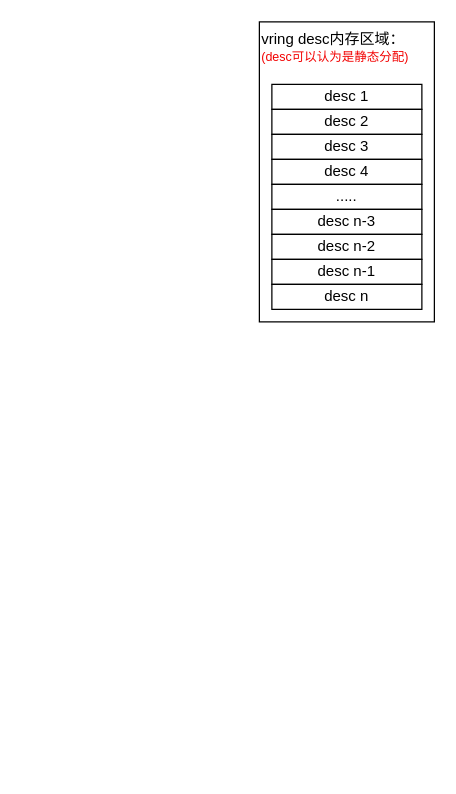
Earlier version of the draw.io diagram virtio_vring.drawio (denglin12315/drawio_repo). Source tidied: cells renumbered, new cells numbered last; positions are measured from the earlier drawing's top-left corner, leaving out a move shared by most shapes. Both pictures are drawn from the tidied source at 125%, with x=0, y=0 at pixel (259, 21). Pictures stored in the file or linked from it are replaced by grey dashed boxes.
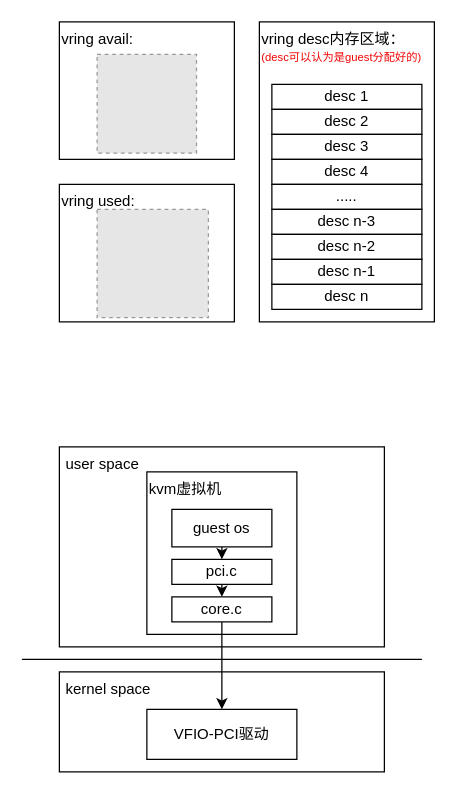
The same diagram, later.

Change to the diagram source:
```diff
@@
-    <mxCell id="2" value="vring desc内存区域：&lt;div&gt;&lt;font style=&quot;font-size: 10px; color: rgb(242, 2, 2);&quot;&gt;(desc可以认为是静态分配)&lt;/font&gt;&lt;/div&gt;" style="rounded=0;whiteSpace=wrap;html=1;align=left;verticalAlign=top;" parent="1" vertex="1">
+    <mxCell id="2" value="vring desc内存区域：&lt;div&gt;&lt;font style=&quot;color: rgb(242, 2, 2); font-size: 9px;&quot;&gt;(desc可以认为是guest分配好的)&lt;/font&gt;&lt;/div&gt;" style="rounded=0;whiteSpace=wrap;html=1;align=left;verticalAlign=top;" parent="1" vertex="1">
       <mxGeometry width="140" height="240" as="geometry" />
     </mxCell>
@@
+    <mxCell id="12" value="vring avail:" style="rounded=0;whiteSpace=wrap;html=1;align=left;verticalAlign=top;" parent="1" vertex="1">
+      <mxGeometry x="-160" width="140" height="110" as="geometry" />
+    </mxCell>
+    <mxCell id="13" value="vring used:" style="rounded=0;whiteSpace=wrap;html=1;align=left;verticalAlign=top;" parent="1" vertex="1">
+      <mxGeometry x="-160" y="130" width="140" height="110" as="geometry" />
+    </mxCell>
+    <mxCell id="14" style="fillColor=#E6E6E6;strokeColor=#999999;dashed=1;verticalLabelPosition=bottom;labelBackgroundColor=default;verticalAlign=top;" parent="1" vertex="1">
+      <mxGeometry x="-129.8" y="26" width="79.5" height="79" as="geometry" />
+    </mxCell>
+    <mxCell id="15" style="fillColor=#E6E6E6;strokeColor=#999999;dashed=1;verticalLabelPosition=bottom;labelBackgroundColor=default;verticalAlign=top;" parent="1" vertex="1">
+      <mxGeometry x="-129.8" y="150" width="89" height="86.6" as="geometry" />
+    </mxCell>
+    <mxCell id="16" value="&amp;nbsp;kernel space" style="rounded=0;whiteSpace=wrap;html=1;align=left;verticalAlign=top;" parent="1" vertex="1">
+      <mxGeometry x="-160" y="520" width="260" height="80" as="geometry" />
+    </mxCell>
+    <mxCell id="17" value="&amp;nbsp;user space" style="rounded=0;whiteSpace=wrap;html=1;align=left;verticalAlign=top;" parent="1" vertex="1">
+      <mxGeometry x="-160" y="340" width="260" height="160" as="geometry" />
+    </mxCell>
+    <mxCell id="18" style="endArrow=none;html=1;rounded=0;" parent="1" edge="1">
+      <mxGeometry relative="1" as="geometry">
+        <mxPoint x="-190" y="510" as="sourcePoint" />
+        <mxPoint x="130" y="510" as="targetPoint" />
+      </mxGeometry>
+    </mxCell>
+    <mxCell id="19" value="VFIO-PCI驱动" style="rounded=0;whiteSpace=wrap;html=1;" parent="1" vertex="1">
+      <mxGeometry x="-90" y="550" width="120" height="40" as="geometry" />
+    </mxCell>
+    <mxCell id="20" value="kvm虚拟机" style="rounded=0;whiteSpace=wrap;html=1;verticalAlign=top;align=left;" parent="1" vertex="1">
+      <mxGeometry x="-90" y="360" width="120" height="130" as="geometry" />
+    </mxCell>
+    <mxCell id="21" style="edgeStyle=orthogonalEdgeStyle;rounded=0;jettySize=auto;html=1;exitX=0.5;exitY=1;exitDx=0;exitDy=0;entryX=0.5;entryY=0;entryDx=0;entryDy=0;" parent="1" edge="1" source="22" target="19">
+      <mxGeometry relative="1" as="geometry" />
+    </mxCell>
+    <mxCell id="22" value="core.c" style="rounded=0;whiteSpace=wrap;html=1;" parent="1" vertex="1">
+      <mxGeometry x="-70" y="460" width="80" height="20" as="geometry" />
+    </mxCell>
+    <mxCell id="23" style="edgeStyle=orthogonalEdgeStyle;rounded=0;jettySize=auto;html=1;exitX=0.5;exitY=1;exitDx=0;exitDy=0;entryX=0.5;entryY=0;entryDx=0;entryDy=0;" parent="1" edge="1" source="24" target="22">
+      <mxGeometry relative="1" as="geometry" />
+    </mxCell>
+    <mxCell id="24" value="pci.c" style="rounded=0;whiteSpace=wrap;html=1;" parent="1" vertex="1">
+      <mxGeometry x="-70" y="430" width="80" height="20" as="geometry" />
+    </mxCell>
+    <mxCell id="25" style="edgeStyle=orthogonalEdgeStyle;rounded=0;jettySize=auto;html=1;exitX=0.5;exitY=1;exitDx=0;exitDy=0;entryX=0.5;entryY=0;entryDx=0;entryDy=0;" parent="1" edge="1" source="26" target="24">
+      <mxGeometry relative="1" as="geometry" />
+    </mxCell>
+    <mxCell id="26" value="guest os" style="rounded=0;whiteSpace=wrap;html=1;" parent="1" vertex="1">
+      <mxGeometry x="-70" y="390" width="80" height="30" as="geometry" />
+    </mxCell>
```
